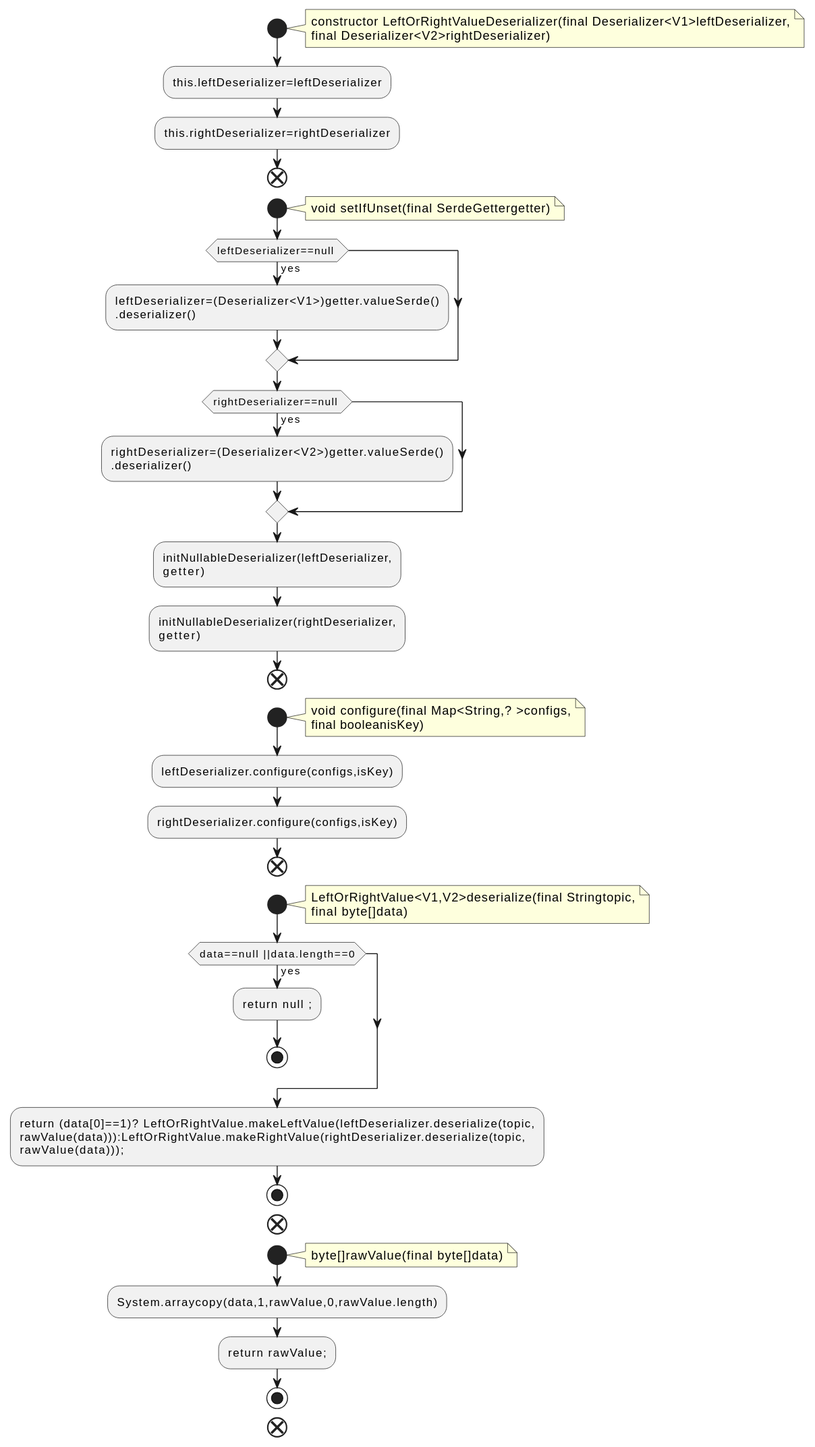
Earlier version of the PlantUML export docs/qc/streams/src/main/java/org/apache/kafka/streams/state/internals/LeftOrRightValueDeserializer.java.fct.svg (qualitesys/kafka). Source of this version:
```plantuml
@startuml
!pragma layout smetana
start
note right
constructor LeftOrRightValueDeserializer(final Deserializer<V1>leftDeserializer,
final Deserializer<V2>rightDeserializer)
end note
:this.leftDeserializer=leftDeserializer;
:this.rightDeserializer=rightDeserializer;
end
start
note right
void setIfUnset(final SerdeGettergetter)
end note
if (leftDeserializer==null ) then (yes)
:leftDeserializer=(Deserializer<V1>)getter.valueSerde()
.deserializer();
endif
if (rightDeserializer==null ) then (yes)
:rightDeserializer=(Deserializer<V2>)getter.valueSerde()
.deserializer();
endif
:initNullableDeserializer(leftDeserializer,
getter);
:initNullableDeserializer(rightDeserializer,
getter);
end
start
note right
void configure(final Map<String,? >configs,
final booleanisKey)
end note
:leftDeserializer.configure(configs,isKey);
:rightDeserializer.configure(configs,isKey);
end
start
note right
LeftOrRightValue<V1,V2>deserialize(final Stringtopic,
final byte[]data)
end note
if (data==null ||data.length==0) then (yes)
:return null ;;
stop
endif
:return (data[0]==1)? LeftOrRightValue.makeLeftValue(leftDeserializer.deserialize(topic,
rawValue(data))):LeftOrRightValue.makeRightValue(rightDeserializer.deserialize(topic,
rawValue(data)));;
stop
end
start
note right
byte[]rawValue(final byte[]data)
end note
:System.arraycopy(data,1,rawValue,0,rawValue.length);
:return rawValue;;
stop
end
@enduml
```
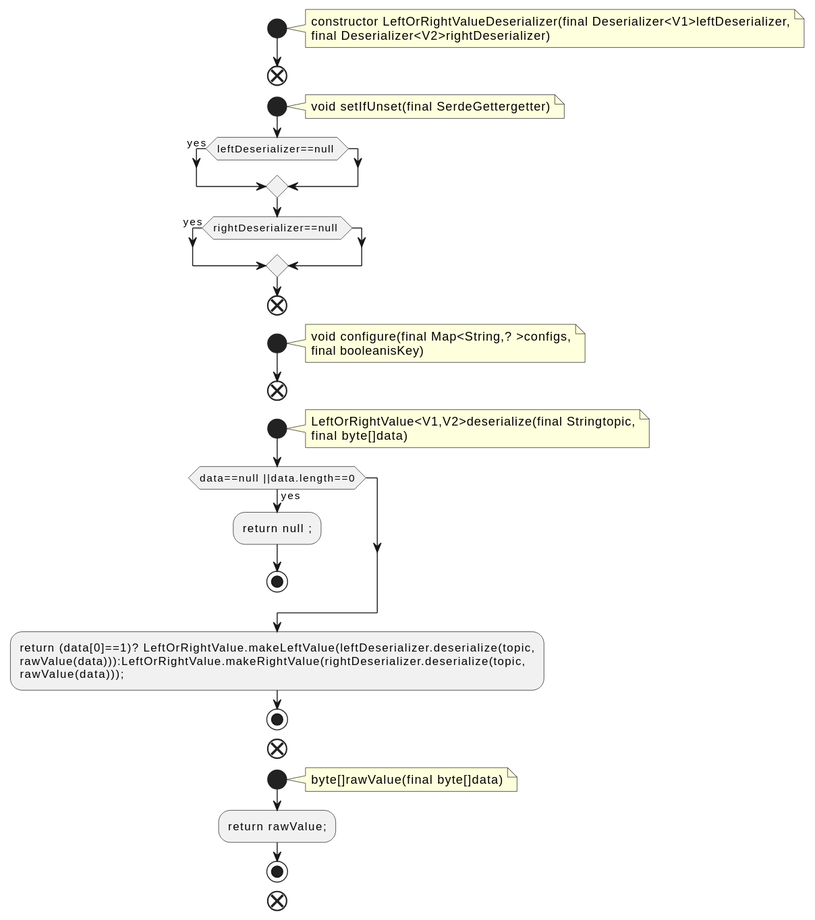
The same file after the commit.

The edit, as a diff of the source:
```diff
@@ -5,33 +5,21 @@
 constructor LeftOrRightValueDeserializer(final Deserializer<V1>leftDeserializer,
 final Deserializer<V2>rightDeserializer)
 end note
-:this.leftDeserializer=leftDeserializer;
-:this.rightDeserializer=rightDeserializer;
 end
 start
 note right
 void setIfUnset(final SerdeGettergetter)
 end note
 if (leftDeserializer==null ) then (yes)
-:leftDeserializer=(Deserializer<V1>)getter.valueSerde()
-.deserializer();
 endif
 if (rightDeserializer==null ) then (yes)
-:rightDeserializer=(Deserializer<V2>)getter.valueSerde()
-.deserializer();
 endif
-:initNullableDeserializer(leftDeserializer,
-getter);
-:initNullableDeserializer(rightDeserializer,
-getter);
 end
 start
 note right
 void configure(final Map<String,? >configs,
 final booleanisKey)
 end note
-:leftDeserializer.configure(configs,isKey);
-:rightDeserializer.configure(configs,isKey);
 end
 start
 note right
@@ -51,7 +39,6 @@
 note right
 byte[]rawValue(final byte[]data)
 end note
-:System.arraycopy(data,1,rawValue,0,rawValue.length);
 :return rawValue;;
 stop
 end
```
